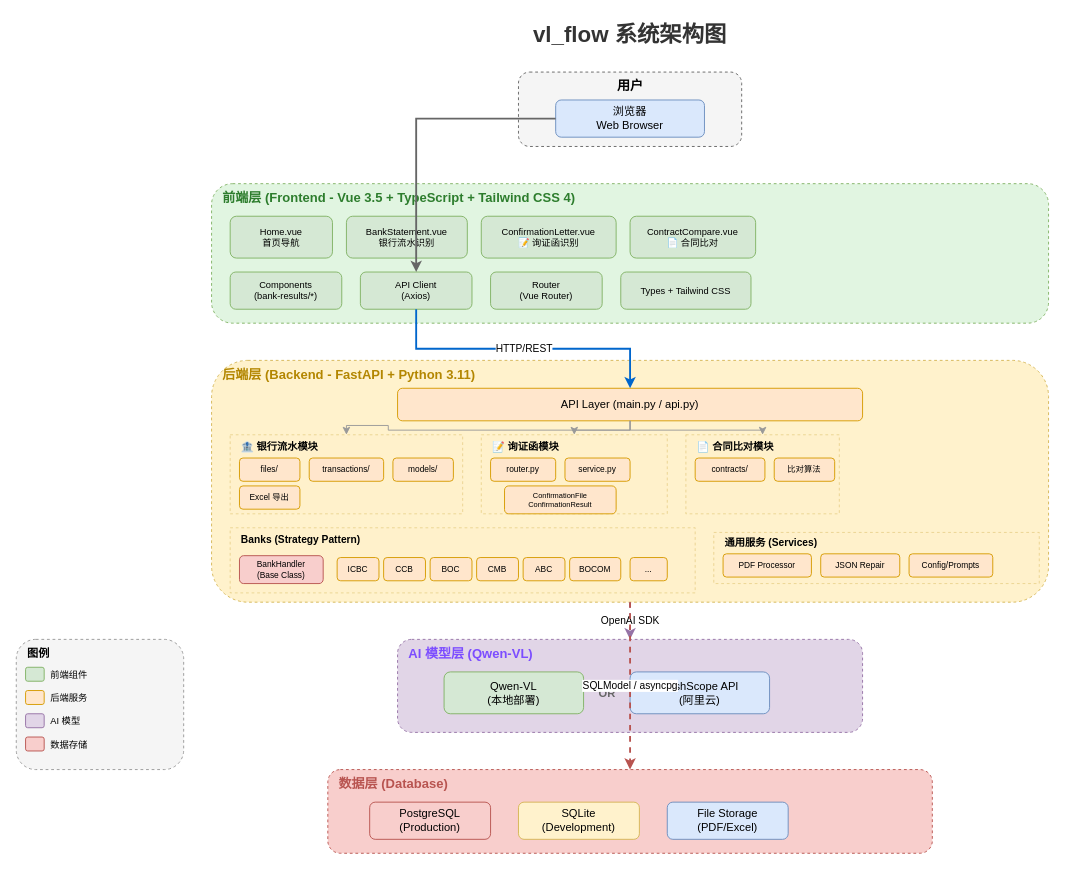
Before: docs/architecture.drawio in sdaulibin/vlagent, a draw.io diagram. Source tidied: cells renumbered, new cells numbered last; positions are measured from the earlier drawing's top-left corner, leaving out a move shared by most shapes. Both pictures are drawn from the tidied source at 93%, with x=0, y=0 at pixel (16, 16).
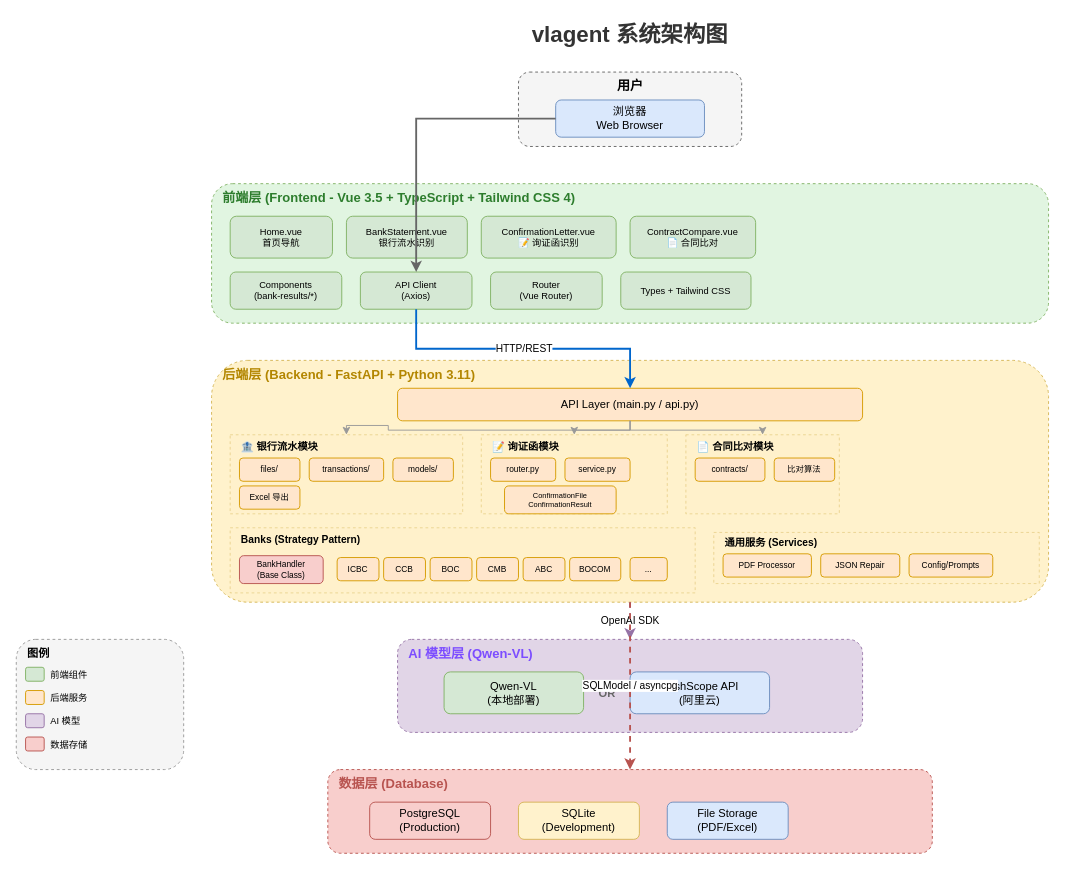
The same page after the edit.

The edit, as a diff of the source:
```diff
@@
-    <mxCell id="2" value="vl_flow 系统架构图" style="text;html=1;strokeColor=none;fillColor=none;align=center;verticalAlign=middle;whiteSpace=wrap;rounded=0;fontSize=24;fontStyle=1;fontColor=#333333;" parent="1" vertex="1">
+    <mxCell id="2" value="vlagent 系统架构图" style="text;html=1;strokeColor=none;fillColor=none;align=center;verticalAlign=middle;whiteSpace=wrap;rounded=0;fontSize=24;fontStyle=1;fontColor=#333333;" parent="1" vertex="1">
       <mxGeometry x="460" width="400" height="40" as="geometry" />
     </mxCell>
```
